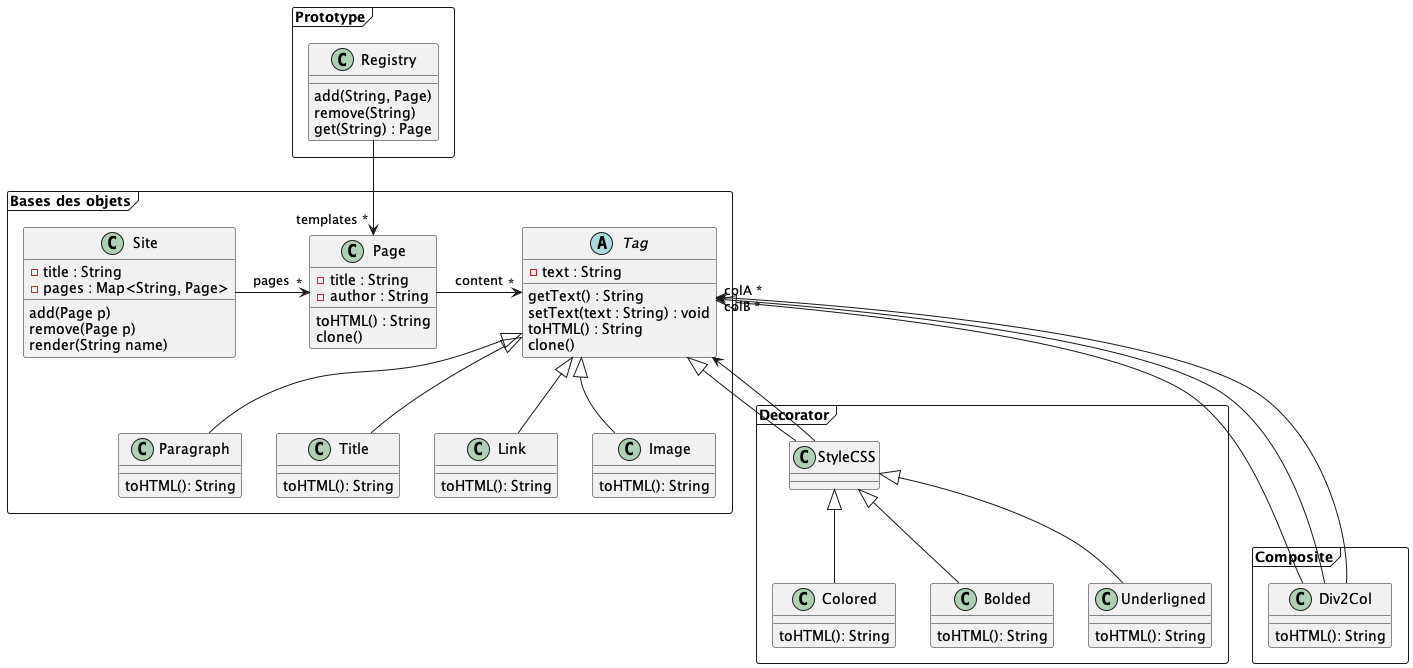
Before: Documentation/CMS_UML.png, a diagram exported from PlantUML (florentBourgeois/ENSISA2022_CMS).
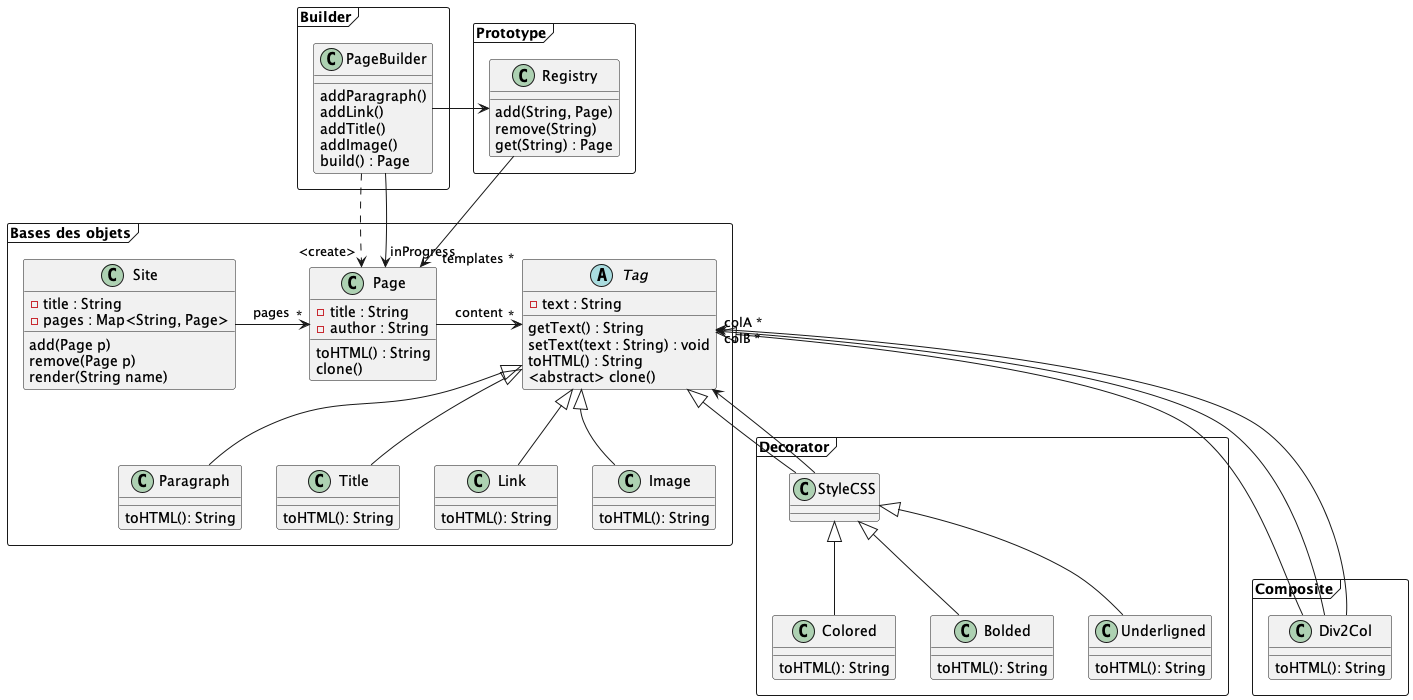
The same diagram one commit later.

The edit, as a diff of the source:
```diff
@@ -79,8 +79,21 @@
         get(String) : Page
     }
 
-    Tag : clone()
+    Tag : <abstract> clone()
 }
 
+package "Builder" <<Frame>> {
+      class PageBuilder {
+        addParagraph()
+        addLink()
+        addTitle()
+        addImage()
+        build() : Page
+      }
+
+      PageBuilder ..> "<create>" Page
+      PageBuilder -> Registry
+      PageBuilder -> "inProgress" Page
+}
 
 @enduml
```
